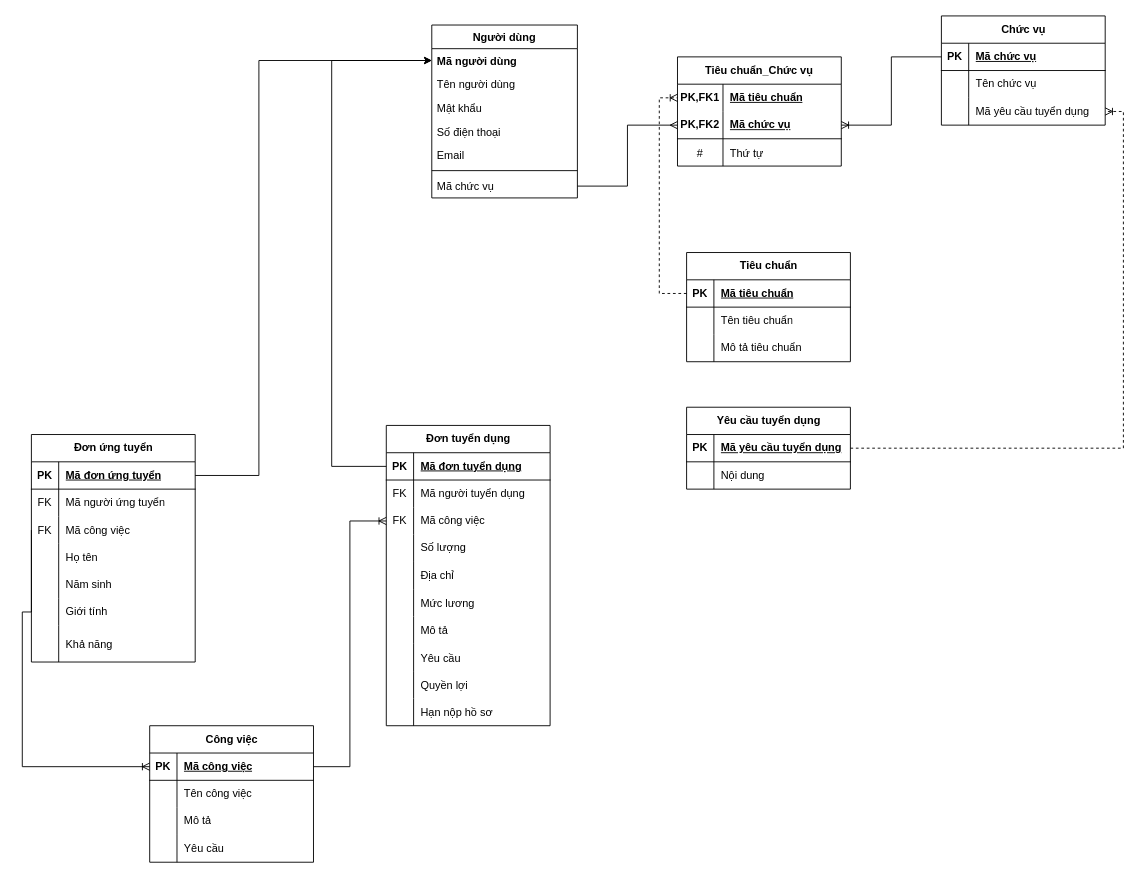
Earlier version of the draw.io diagram ThucThe.drawio (LeeTaDa/LeTatDat). Source tidied: cells renumbered, new cells numbered last; positions are measured from the earlier drawing's top-left corner, leaving out a move shared by most shapes. Both pictures are drawn from the tidied source at 91%, with x=0, y=0 at pixel (22, 15).
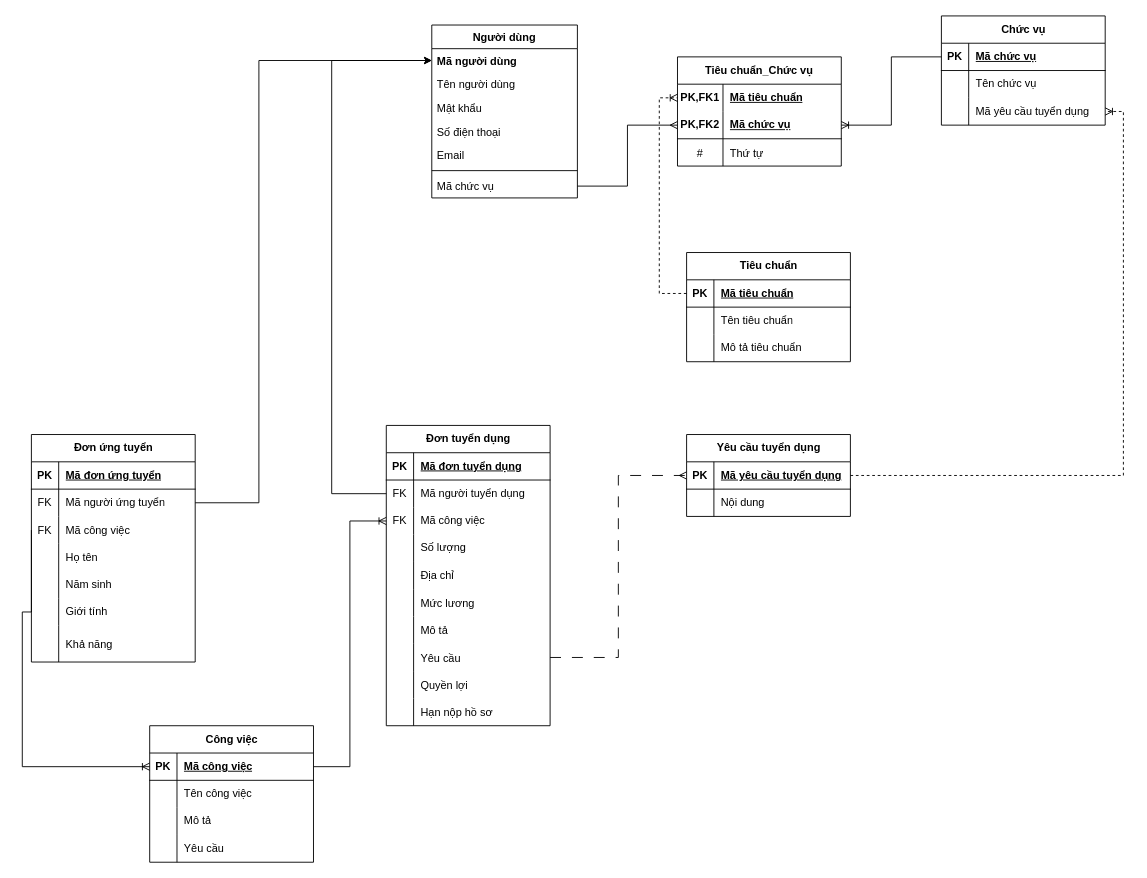
Above is the later version.

Unchanged cells that the change refers to:
```xml
<mxCell id="3" value="Mã người dùng" style="text;strokeColor=none;fillColor=none;align=left;verticalAlign=top;spacingLeft=4;spacingRight=4;overflow=hidden;points=[[0,0.5],[1,0.5]];portConstraint=eastwest;whiteSpace=wrap;html=1;fontStyle=1;" parent="2" vertex="1">
  <mxGeometry y="26" width="160" height="26" as="geometry" />
</mxCell>
<mxCell id="24" style="shape=tableRow;horizontal=0;startSize=0;swimlaneHead=0;swimlaneBody=0;fillColor=none;points=[[0,0.5],[1,0.5]];portConstraint=eastwest;top=0;left=0;right=0;bottom=1;" parent="23" vertex="1">
  <mxGeometry y="30" width="180" height="30" as="geometry" />
</mxCell>
<mxCell id="27" style="shape=tableRow;horizontal=0;startSize=0;swimlaneHead=0;swimlaneBody=0;fillColor=none;points=[[0,0.5],[1,0.5]];portConstraint=eastwest;top=0;left=0;right=0;bottom=0;" parent="23" vertex="1">
  <mxGeometry y="60" width="180" height="30" as="geometry" />
</mxCell>
<mxCell id="45" style="shape=tableRow;horizontal=0;startSize=0;swimlaneHead=0;swimlaneBody=0;fillColor=none;points=[[0,0.5],[1,0.5]];portConstraint=eastwest;top=0;left=0;right=0;bottom=0;" parent="23" vertex="1">
  <mxGeometry y="240" width="180" height="30" as="geometry" />
</mxCell>
<mxCell id="55" style="shape=tableRow;horizontal=0;startSize=0;swimlaneHead=0;swimlaneBody=0;fillColor=none;points=[[0,0.5],[1,0.5]];portConstraint=eastwest;top=0;left=0;right=0;bottom=1;" parent="54" vertex="1">
  <mxGeometry y="30" width="180" height="30" as="geometry" />
</mxCell>
<mxCell id="58" style="shape=tableRow;horizontal=0;startSize=0;swimlaneHead=0;swimlaneBody=0;fillColor=none;points=[[0,0.5],[1,0.5]];portConstraint=eastwest;top=0;left=0;right=0;bottom=0;" parent="54" vertex="1">
  <mxGeometry y="60" width="180" height="30" as="geometry" />
</mxCell>
<mxCell id="113" style="shape=tableRow;horizontal=0;startSize=0;swimlaneHead=0;swimlaneBody=0;fillColor=none;points=[[0,0.5],[1,0.5]];portConstraint=eastwest;top=0;left=0;right=0;bottom=1;" parent="112" vertex="1">
  <mxGeometry y="30" width="180" height="30" as="geometry" />
</mxCell>
```

The edit, as a diff of the source:
```diff
@@
-    <mxCell id="99" style="edgeStyle=orthogonalEdgeStyle;rounded=0;jettySize=auto;html=1;entryX=0;entryY=0.5;entryDx=0;entryDy=0;" parent="1" edge="1" source="55" target="3">
-      <mxGeometry relative="1" as="geometry">
-        <Array as="points">
-          <mxPoint x="260" y="505" />
-          <mxPoint x="260" y="49" />
-        </Array>
-      </mxGeometry>
-    </mxCell>
-    <mxCell id="100" style="edgeStyle=orthogonalEdgeStyle;rounded=0;jettySize=auto;html=1;exitX=0;exitY=0.5;exitDx=0;exitDy=0;" parent="1" edge="1" source="24" target="3">
+    <mxCell id="100" style="edgeStyle=orthogonalEdgeStyle;rounded=0;jettySize=auto;html=1;exitX=0;exitY=0.5;exitDx=0;exitDy=0;" parent="1" edge="1" source="27" target="3">
       <mxGeometry relative="1" as="geometry">
         <Array as="points">
-          <mxPoint x="340" y="495" />
+          <mxPoint x="340" y="525" />
           <mxPoint x="340" y="49" />
         </Array>
       </mxGeometry>
     </mxCell>
@@
     <mxCell id="112" value="Yêu cầu tuyển dụng" style="shape=table;startSize=30;childLayout=tableLayout;rowLines=0;fontStyle=1;align=center;html=1;" parent="1" vertex="1">
-      <mxGeometry x="730" y="430" width="180" height="90" as="geometry" />
+      <mxGeometry x="730" y="460" width="180" height="90" as="geometry" />
     </mxCell>
@@
+    <mxCell id="121" style="edgeStyle=orthogonalEdgeStyle;rounded=0;jettySize=auto;html=1;entryX=0;entryY=0.5;entryDx=0;entryDy=0;" parent="1" edge="1" source="58" target="3">
+      <mxGeometry relative="1" as="geometry">
+        <Array as="points">
+          <mxPoint x="260" y="535" />
+          <mxPoint x="260" y="49" />
+        </Array>
+      </mxGeometry>
+    </mxCell>
+    <mxCell id="122" style="edgeStyle=orthogonalEdgeStyle;rounded=0;jettySize=auto;html=1;entryX=0;entryY=0.5;entryDx=0;entryDy=0;dashed=1;dashPattern=12 12;endArrow=ERmany;endFill=0;" parent="1" edge="1" source="45" target="113">
+      <mxGeometry relative="1" as="geometry" />
+    </mxCell>
```
